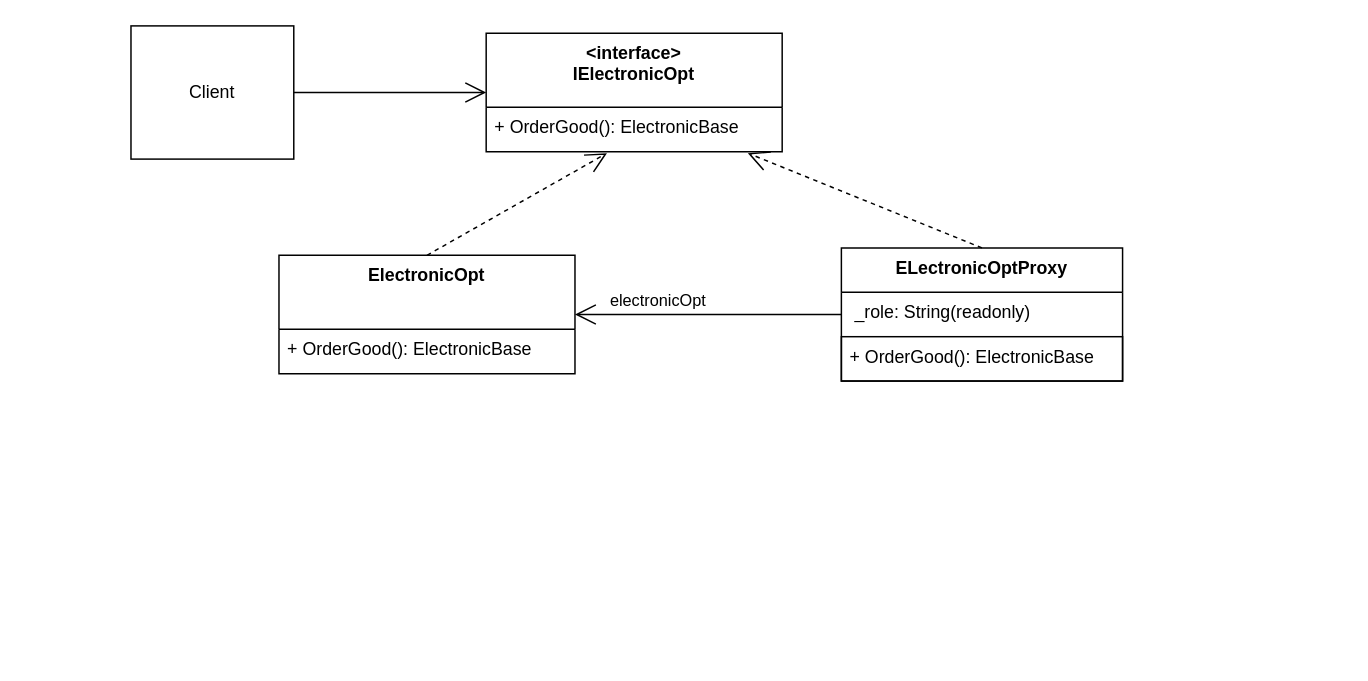
This is Диаграмма без названия2.drawio from FoodForPowder/OOAP1, a draw.io file, before an edit. Source tidied: cells renumbered, new cells numbered last; positions are measured from the earlier drawing's top-left corner, leaving out a move shared by most shapes. Both pictures are drawn from the tidied source at 148%, with x=0, y=0 at pixel (130, 25).
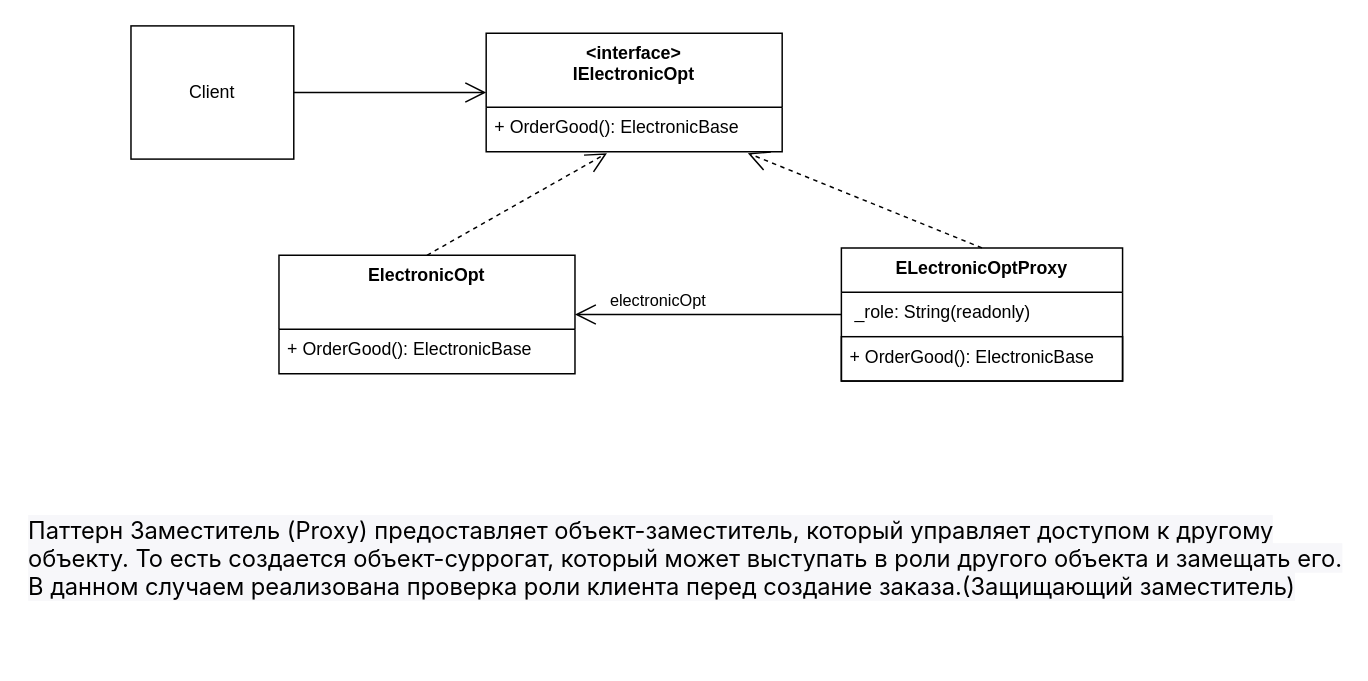
After the change.

The edit, as a diff of the source:
```diff
@@
 <mxGraphModel>
   <root>
     <mxCell id="0" />
     <mxCell id="1" parent="0" />
     <mxCell id="2" value="&amp;lt;interface&amp;gt;&lt;div&gt;IElectronicOpt&lt;br&gt;&lt;/div&gt;" style="swimlane;fontStyle=1;align=center;verticalAlign=top;horizontal=1;startSize=50;whiteSpace=wrap;html=1;" parent="1" vertex="1">
       <mxGeometry x="240" y="5" width="200" height="80" as="geometry" />
     </mxCell>
     <mxCell id="3" value="+ OrderGood(): ElectronicBase" style="text;strokeColor=none;fillColor=none;align=left;verticalAlign=top;spacingLeft=4;spacingRight=4;overflow=hidden;points=[[0,0.5],[1,0.5]];portConstraint=eastwest;whiteSpace=wrap;html=1;" parent="2" vertex="1">
       <mxGeometry y="50" width="200" height="30" as="geometry" />
     </mxCell>
     <mxCell id="4" value="&lt;div&gt;ElectronicOpt&lt;br&gt;&lt;/div&gt;" style="swimlane;fontStyle=1;align=center;verticalAlign=top;horizontal=1;startSize=50;whiteSpace=wrap;html=1;" parent="1" vertex="1">
       <mxGeometry x="100" y="155" width="200" height="80" as="geometry" />
     </mxCell>
     <mxCell id="5" value="+ OrderGood(): ElectronicBase" style="text;strokeColor=none;fillColor=none;align=left;verticalAlign=top;spacingLeft=4;spacingRight=4;overflow=hidden;whiteSpace=wrap;html=1;" parent="4" vertex="1">
       <mxGeometry y="50" width="200" height="30" as="geometry" />
     </mxCell>
     <mxCell id="6" value="&lt;div&gt;ELectronicOptProxy&lt;br&gt;&lt;/div&gt;" style="swimlane;fontStyle=1;align=center;verticalAlign=top;horizontal=1;startSize=30;whiteSpace=wrap;html=1;" parent="1" vertex="1">
       <mxGeometry x="480" y="150" width="190" height="90" as="geometry" />
     </mxCell>
     <mxCell id="7" value="&amp;nbsp;_role: String(readonly)" style="text;strokeColor=none;fillColor=none;align=left;verticalAlign=top;spacingLeft=4;spacingRight=4;overflow=hidden;whiteSpace=wrap;html=1;" parent="6" vertex="1">
       <mxGeometry y="30" width="190" height="30" as="geometry" />
     </mxCell>
     <mxCell id="8" value="+ OrderGood(): ElectronicBase" style="text;strokeColor=default;fillColor=none;align=left;verticalAlign=top;spacingLeft=4;spacingRight=4;overflow=hidden;whiteSpace=wrap;html=1;strokeWidth=1;" parent="6" vertex="1">
       <mxGeometry y="60" width="190" height="30" as="geometry" />
     </mxCell>
     <mxCell id="9" style="endArrow=open;endSize=12;dashed=1;html=1;rounded=0;exitX=0.5;exitY=0;exitDx=0;exitDy=0;entryX=0.408;entryY=1.033;entryDx=0;entryDy=0;entryPerimeter=0;" parent="1" edge="1" source="4" target="3">
       <mxGeometry relative="1" as="geometry" />
     </mxCell>
     <mxCell id="10" style="endArrow=open;endSize=12;dashed=1;html=1;rounded=0;exitX=0.5;exitY=0;exitDx=0;exitDy=0;entryX=0.884;entryY=1.033;entryDx=0;entryDy=0;entryPerimeter=0;" parent="1" edge="1" source="6" target="3">
       <mxGeometry relative="1" as="geometry" />
     </mxCell>
     <mxCell id="11" style="endArrow=open;endFill=1;endSize=12;html=1;rounded=0;exitX=0;exitY=0.5;exitDx=0;exitDy=0;entryX=1;entryY=0.5;entryDx=0;entryDy=0;" parent="1" edge="1" source="6" target="4">
       <mxGeometry relative="1" as="geometry" />
     </mxCell>
     <mxCell id="12" value="electronicOpt" style="edgeLabel;html=1;align=center;verticalAlign=middle;" parent="11" vertex="1">
       <mxGeometry x="0.01" y="-1" relative="1" as="geometry">
         <mxPoint x="-34" y="-9" as="offset" />
       </mxGeometry>
     </mxCell>
     <mxCell id="13" value="Client" style="html=1;whiteSpace=wrap;" parent="1" vertex="1">
       <mxGeometry width="110" height="90" as="geometry" />
     </mxCell>
     <mxCell id="14" style="endArrow=open;endFill=1;endSize=12;html=1;rounded=0;exitX=1;exitY=0.5;exitDx=0;exitDy=0;entryX=0;entryY=0.5;entryDx=0;entryDy=0;" parent="1" edge="1" source="13" target="2">
       <mxGeometry relative="1" as="geometry" />
     </mxCell>
+    <mxCell id="15" value="&lt;span style=&quot;color: rgb(0, 0, 0); font-family: -apple-system, &amp;quot;system-ui&amp;quot;, Helvetica, Arial, sans-serif; font-size: 16px; font-style: normal; font-variant-ligatures: normal; font-variant-caps: normal; font-weight: 400; letter-spacing: normal; orphans: 2; text-align: start; text-indent: 0px; text-transform: none; widows: 2; word-spacing: 0px; -webkit-text-stroke-width: 0px; white-space: normal; background-color: rgb(247, 247, 250); text-decoration-thickness: initial; text-decoration-style: initial; text-decoration-color: initial; display: inline !important; float: none;&quot;&gt;Паттерн Заместитель (Proxy) предоставляет объект-заместитель, который управляет доступом к другому объекту. То есть создается объект-суррогат, который может выступать в роли другого объекта и замещать его. В данном случаем реализована проверка роли клиента перед создание заказа.(Защищающий заместитель)&lt;/span&gt;" style="text;whiteSpace=wrap;html=1;" parent="1" vertex="1">
+      <mxGeometry x="-71" y="325" width="890" height="100" as="geometry" />
+    </mxCell>
   </root>
 </mxGraphModel>
```
